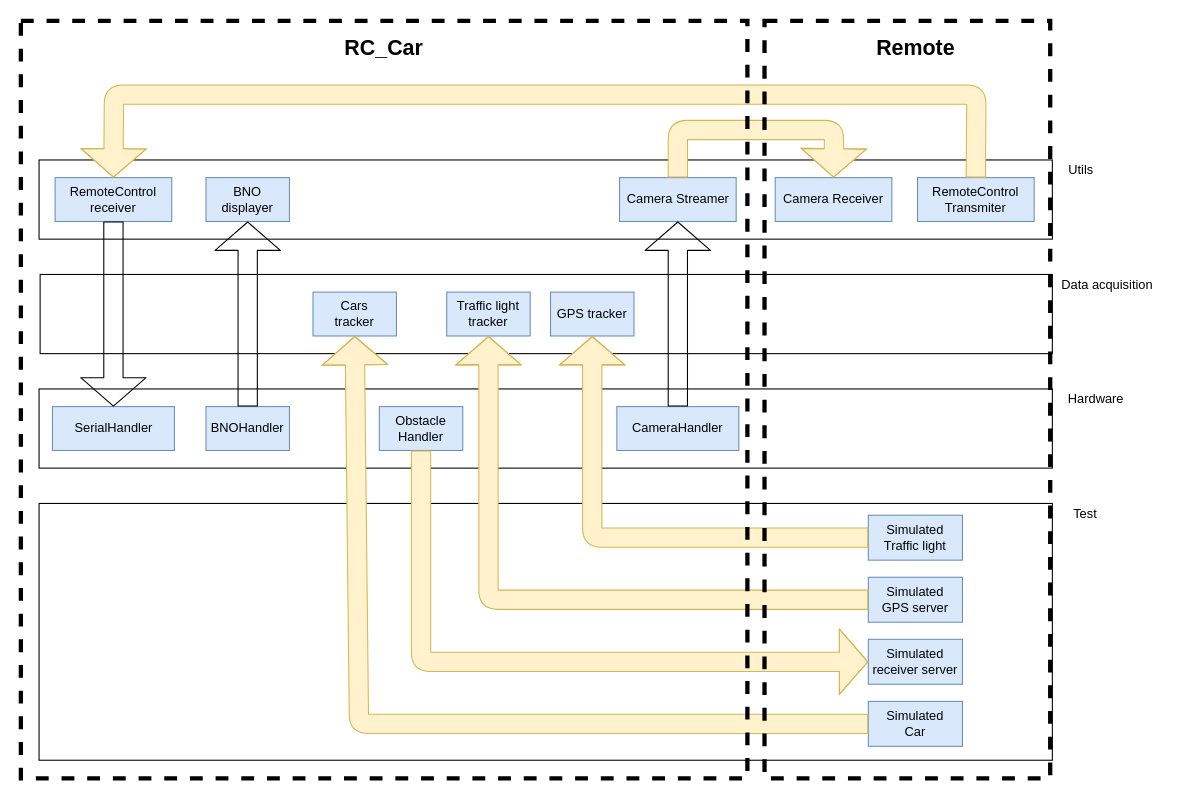
The draw.io diagram docs/source/diagrams/Startup_architecture.drawio in ECC-BFMC/Brain, before the edit. Source tidied: cells renumbered, new cells numbered last; positions are measured from the earlier drawing's top-left corner, leaving out a move shared by most shapes. Both pictures are drawn from the tidied source at 107%, with x=0, y=0 at pixel (20, 20).
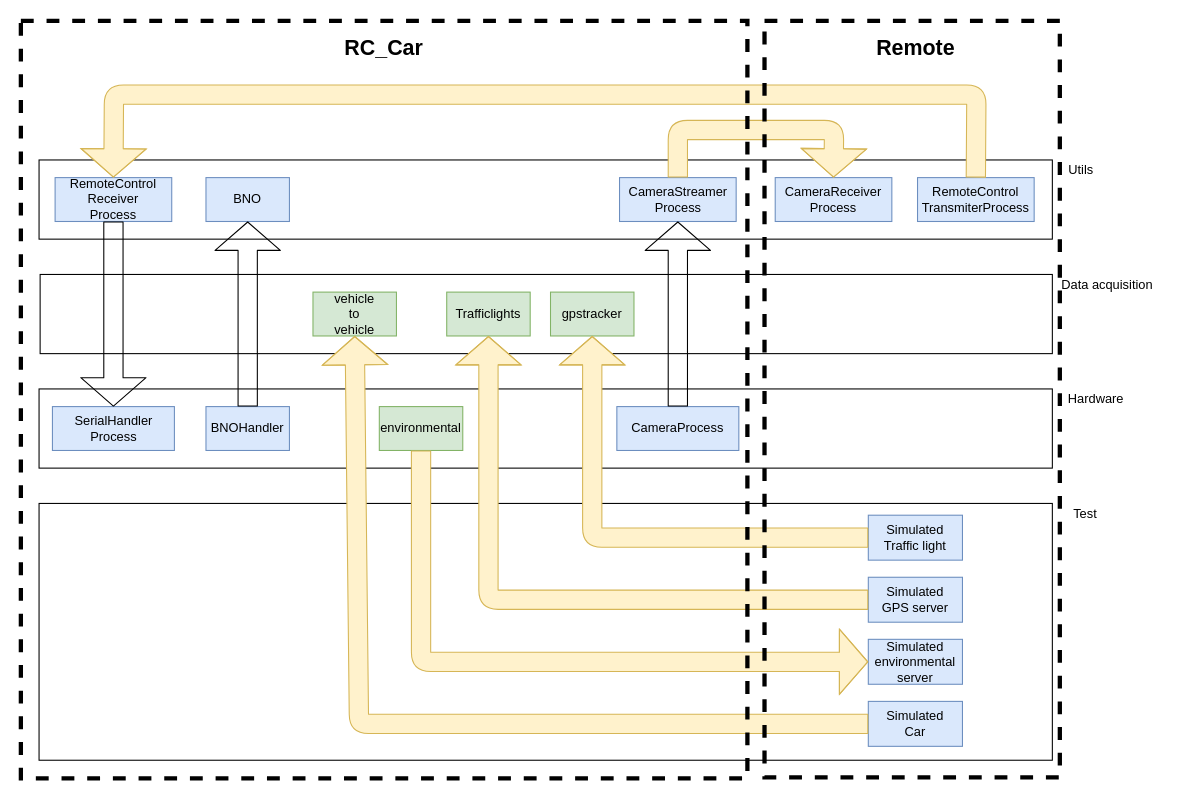
Above is the later version.

The edit, as a diff of the source:
```diff
@@
-    <mxCell id="0" />
-    <mxCell id="1" parent="0" />
-    <mxCell id="2" style="rounded=0;whiteSpace=wrap;html=1;" parent="1" vertex="1">
-      <mxGeometry x="17" y="130" width="947" height="74" as="geometry" />
-    </mxCell>
-    <mxCell id="3" style="rounded=0;whiteSpace=wrap;html=1;" parent="1" vertex="1">
-      <mxGeometry x="18" y="237" width="946" height="74" as="geometry" />
-    </mxCell>
-    <mxCell id="4" style="rounded=0;whiteSpace=wrap;html=1;" parent="1" vertex="1">
-      <mxGeometry x="17" y="344" width="947" height="74" as="geometry" />
-    </mxCell>
-    <mxCell id="5" style="rounded=0;whiteSpace=wrap;html=1;" parent="1" vertex="1">
-      <mxGeometry x="17" y="451" width="947" height="240" as="geometry" />
-    </mxCell>
+    <mxCell id="39" />
+    <mxCell id="40" parent="39" />
+    <mxCell id="41" style="rounded=0;whiteSpace=wrap;html=1;" parent="40" vertex="1">
+      <mxGeometry x="17" y="130" width="947" height="74" as="geometry" />
+    </mxCell>
+    <mxCell id="42" style="rounded=0;whiteSpace=wrap;html=1;" parent="40" vertex="1">
+      <mxGeometry x="18" y="237" width="946" height="74" as="geometry" />
+    </mxCell>
+    <mxCell id="43" style="rounded=0;whiteSpace=wrap;html=1;" parent="40" vertex="1">
+      <mxGeometry x="17" y="344" width="947" height="74" as="geometry" />
+    </mxCell>
+    <mxCell id="44" style="rounded=0;whiteSpace=wrap;html=1;" parent="40" vertex="1">
+      <mxGeometry x="17" y="451" width="947" height="240" as="geometry" />
+    </mxCell>
-    <mxCell id="6" value="Data acquisition" style="text;html=1;strokeColor=none;fillColor=none;align=center;verticalAlign=middle;whiteSpace=wrap;rounded=0;" parent="1" vertex="1">
+    <mxCell id="6" value="Data acquisition" style="text;html=1;strokeColor=none;fillColor=none;align=center;verticalAlign=middle;whiteSpace=wrap;rounded=0;" parent="40" vertex="1">
       <mxGeometry x="967" y="237" width="97" height="20" as="geometry" />
     </mxCell>
-    <mxCell id="7" value="Hardware" style="text;html=1;strokeColor=none;fillColor=none;align=center;verticalAlign=middle;whiteSpace=wrap;rounded=0;" parent="1" vertex="1">
+    <mxCell id="7" value="Hardware" style="text;html=1;strokeColor=none;fillColor=none;align=center;verticalAlign=middle;whiteSpace=wrap;rounded=0;" parent="40" vertex="1">
       <mxGeometry x="973" y="344" width="64" height="20" as="geometry" />
     </mxCell>
-    <mxCell id="8" value="Utils" style="text;html=1;strokeColor=none;fillColor=none;align=center;verticalAlign=middle;whiteSpace=wrap;rounded=0;" parent="1" vertex="1">
+    <mxCell id="8" value="Utils" style="text;html=1;strokeColor=none;fillColor=none;align=center;verticalAlign=middle;whiteSpace=wrap;rounded=0;" parent="40" vertex="1">
       <mxGeometry x="971" y="130" width="40" height="20" as="geometry" />
     </mxCell>
-    <mxCell id="9" value="Test" style="text;html=1;strokeColor=none;fillColor=none;align=center;verticalAlign=middle;whiteSpace=wrap;rounded=0;" parent="1" vertex="1">
+    <mxCell id="9" value="Test" style="text;html=1;strokeColor=none;fillColor=none;align=center;verticalAlign=middle;whiteSpace=wrap;rounded=0;" parent="40" vertex="1">
       <mxGeometry x="979" y="451" width="32" height="20" as="geometry" />
     </mxCell>
-    <mxCell id="10" value="&lt;div&gt;Simulated &lt;br&gt;&lt;/div&gt;&lt;div&gt;GPS server&lt;br&gt;&lt;/div&gt;" style="rounded=0;whiteSpace=wrap;html=1;fillColor=#dae8fc;strokeColor=#6c8ebf;" parent="1" vertex="1">
+    <mxCell id="10" value="&lt;div&gt;Simulated &lt;br&gt;&lt;/div&gt;&lt;div&gt;GPS server&lt;br&gt;&lt;/div&gt;" style="rounded=0;whiteSpace=wrap;html=1;fillColor=#dae8fc;strokeColor=#6c8ebf;" parent="40" vertex="1">
       <mxGeometry x="792" y="520" width="88" height="42" as="geometry" />
     </mxCell>
-    <mxCell id="11" value="&lt;div&gt;Simulated &lt;br&gt;&lt;/div&gt;&lt;div&gt;Traffic light&lt;br&gt;&lt;/div&gt;" style="rounded=0;whiteSpace=wrap;html=1;fillColor=#dae8fc;strokeColor=#6c8ebf;" parent="1" vertex="1">
+    <mxCell id="11" value="&lt;div&gt;Simulated &lt;br&gt;&lt;/div&gt;&lt;div&gt;Traffic light&lt;br&gt;&lt;/div&gt;" style="rounded=0;whiteSpace=wrap;html=1;fillColor=#dae8fc;strokeColor=#6c8ebf;" parent="40" vertex="1">
       <mxGeometry x="792" y="462" width="88" height="42" as="geometry" />
     </mxCell>
-    <mxCell id="12" value="CameraHandler" style="rounded=0;whiteSpace=wrap;html=1;fillColor=#dae8fc;strokeColor=#6c8ebf;" parent="1" vertex="1">
-      <mxGeometry x="557" y="360.5" width="114" height="41" as="geometry" />
-    </mxCell>
-    <mxCell id="13" value="SerialHandler" style="rounded=0;whiteSpace=wrap;html=1;fillColor=#dae8fc;strokeColor=#6c8ebf;" parent="1" vertex="1">
-      <mxGeometry x="29.5" y="360.5" width="114" height="41" as="geometry" />
-    </mxCell>
-    <mxCell id="14" value="GPS tracker" style="rounded=0;whiteSpace=wrap;html=1;fillColor=#dae8fc;strokeColor=#6c8ebf;" parent="1" vertex="1">
-      <mxGeometry x="495" y="253.5" width="78" height="41" as="geometry" />
-    </mxCell>
-    <mxCell id="15" value="Traffic light tracker" style="rounded=0;whiteSpace=wrap;html=1;fillColor=#dae8fc;strokeColor=#6c8ebf;" parent="1" vertex="1">
-      <mxGeometry x="398" y="253.5" width="78" height="41" as="geometry" />
-    </mxCell>
-    <mxCell id="16" value="Camera Streamer" style="rounded=0;whiteSpace=wrap;html=1;fillColor=#dae8fc;strokeColor=#6c8ebf;" parent="1" vertex="1">
-      <mxGeometry x="559.5" y="146.5" width="109" height="41" as="geometry" />
-    </mxCell>
-    <mxCell id="17" value="&lt;div&gt;RemoteControl&lt;/div&gt;&lt;div&gt;receiver&lt;/div&gt;" style="rounded=0;whiteSpace=wrap;html=1;fillColor=#dae8fc;strokeColor=#6c8ebf;" parent="1" vertex="1">
-      <mxGeometry x="32" y="146.5" width="109" height="41" as="geometry" />
-    </mxCell>
-    <mxCell id="18" style="shape=flexArrow;endArrow=classic;html=1;entryX=0.5;entryY=1;entryDx=0;entryDy=0;endWidth=42;endSize=8.5;width=18;" parent="1" edge="1" source="12" target="16">
-      <mxGeometry relative="1" as="geometry" />
-    </mxCell>
-    <mxCell id="19" style="shape=flexArrow;endArrow=classic;html=1;entryX=0.5;entryY=0;entryDx=0;entryDy=0;endWidth=42;endSize=8.5;width=18;exitX=0.5;exitY=1;exitDx=0;exitDy=0;" parent="1" edge="1" source="17" target="13">
-      <mxGeometry relative="1" as="geometry" />
-    </mxCell>
-    <mxCell id="20" style="shape=flexArrow;endArrow=classic;html=1;endWidth=42;endSize=8.5;width=18;exitX=0;exitY=0.5;exitDx=0;exitDy=0;entryX=0.5;entryY=1;entryDx=0;entryDy=0;fillColor=#fff2cc;strokeColor=#d6b656;" parent="1" edge="1" source="11" target="14">
-      <mxGeometry relative="1" as="geometry">
-        <Array as="points">
-          <mxPoint x="534" y="483" />
-        </Array>
-      </mxGeometry>
-    </mxCell>
-    <mxCell id="21" style="shape=flexArrow;endArrow=classic;html=1;endWidth=42;endSize=8.5;width=18;exitX=0;exitY=0.5;exitDx=0;exitDy=0;entryX=0.5;entryY=1;entryDx=0;entryDy=0;fillColor=#fff2cc;strokeColor=#d6b656;" parent="1" edge="1" source="10" target="15">
-      <mxGeometry relative="1" as="geometry">
-        <Array as="points">
-          <mxPoint x="437" y="541" />
-        </Array>
-      </mxGeometry>
-    </mxCell>
-    <mxCell id="22" value="Camera Receiver" style="rounded=0;whiteSpace=wrap;html=1;fillColor=#dae8fc;strokeColor=#6c8ebf;" parent="1" vertex="1">
-      <mxGeometry x="705" y="146.5" width="109" height="41" as="geometry" />
-    </mxCell>
-    <mxCell id="23" value="&lt;div&gt;RemoteControl&lt;/div&gt;&lt;div&gt;Transmiter&lt;br&gt;&lt;/div&gt;" style="rounded=0;whiteSpace=wrap;html=1;fillColor=#dae8fc;strokeColor=#6c8ebf;" parent="1" vertex="1">
-      <mxGeometry x="838" y="146.5" width="109" height="41" as="geometry" />
-    </mxCell>
-    <mxCell id="24" style="shape=flexArrow;endArrow=classic;html=1;endWidth=42;endSize=8.5;width=18;exitX=0.5;exitY=0;exitDx=0;exitDy=0;entryX=0.5;entryY=0;entryDx=0;entryDy=0;fillColor=#fff2cc;strokeColor=#d6b656;" parent="1" edge="1" source="23" target="17">
-      <mxGeometry relative="1" as="geometry">
-        <Array as="points">
-          <mxPoint x="893" y="69" />
-          <mxPoint x="87" y="69" />
-        </Array>
-      </mxGeometry>
-    </mxCell>
-    <mxCell id="25" style="shape=flexArrow;endArrow=classic;html=1;endWidth=42;endSize=8.5;width=18;exitX=0.5;exitY=0;exitDx=0;exitDy=0;entryX=0.5;entryY=0;entryDx=0;entryDy=0;fillColor=#fff2cc;strokeColor=#d6b656;" parent="1" edge="1" source="16" target="22">
-      <mxGeometry relative="1" as="geometry">
-        <Array as="points">
-          <mxPoint x="614" y="102" />
-          <mxPoint x="760" y="102" />
-        </Array>
-      </mxGeometry>
-    </mxCell>
+    <mxCell id="45" value="&lt;div&gt;CameraProcess&lt;/div&gt;" style="rounded=0;whiteSpace=wrap;html=1;fillColor=#dae8fc;strokeColor=#6c8ebf;" parent="40" vertex="1">
+      <mxGeometry x="557" y="360.5" width="114" height="41" as="geometry" />
+    </mxCell>
+    <mxCell id="46" value="&lt;div&gt;SerialHandler&lt;/div&gt;&lt;div&gt;Process&lt;br&gt;&lt;/div&gt;" style="rounded=0;whiteSpace=wrap;html=1;fillColor=#dae8fc;strokeColor=#6c8ebf;" parent="40" vertex="1">
+      <mxGeometry x="29.5" y="360.5" width="114" height="41" as="geometry" />
+    </mxCell>
+    <mxCell id="47" value="gpstracker" style="rounded=0;whiteSpace=wrap;html=1;fillColor=#d5e8d4;strokeColor=#82b366;" parent="40" vertex="1">
+      <mxGeometry x="495" y="253.5" width="78" height="41" as="geometry" />
+    </mxCell>
+    <mxCell id="48" value="Trafficlights" style="rounded=0;whiteSpace=wrap;html=1;fillColor=#d5e8d4;strokeColor=#82b366;" parent="40" vertex="1">
+      <mxGeometry x="398" y="253.5" width="78" height="41" as="geometry" />
+    </mxCell>
+    <mxCell id="49" value="&lt;div&gt;CameraStreamer&lt;/div&gt;&lt;div&gt;Process&lt;br&gt;&lt;/div&gt;" style="rounded=0;whiteSpace=wrap;html=1;fillColor=#dae8fc;strokeColor=#6c8ebf;" parent="40" vertex="1">
+      <mxGeometry x="559.5" y="146.5" width="109" height="41" as="geometry" />
+    </mxCell>
+    <mxCell id="50" value="&lt;div&gt;RemoteControl&lt;/div&gt;&lt;div&gt;Receiver&lt;/div&gt;Process" style="rounded=0;whiteSpace=wrap;html=1;fillColor=#dae8fc;strokeColor=#6c8ebf;" parent="40" vertex="1">
+      <mxGeometry x="32" y="146.5" width="109" height="41" as="geometry" />
+    </mxCell>
+    <mxCell id="51" style="shape=flexArrow;endArrow=classic;html=1;entryX=0.5;entryY=1;entryDx=0;entryDy=0;endWidth=42;endSize=8.5;width=18;" parent="40" edge="1" source="45" target="49">
+      <mxGeometry relative="1" as="geometry" />
+    </mxCell>
+    <mxCell id="52" style="shape=flexArrow;endArrow=classic;html=1;entryX=0.5;entryY=0;entryDx=0;entryDy=0;endWidth=42;endSize=8.5;width=18;exitX=0.5;exitY=1;exitDx=0;exitDy=0;" parent="40" edge="1" source="50" target="46">
+      <mxGeometry relative="1" as="geometry" />
+    </mxCell>
+    <mxCell id="53" style="shape=flexArrow;endArrow=classic;html=1;endWidth=42;endSize=8.5;width=18;exitX=0;exitY=0.5;exitDx=0;exitDy=0;entryX=0.5;entryY=1;entryDx=0;entryDy=0;fillColor=#fff2cc;strokeColor=#d6b656;" parent="40" edge="1" source="11" target="47">
+      <mxGeometry relative="1" as="geometry">
+        <Array as="points">
+          <mxPoint x="534" y="483" />
+        </Array>
+      </mxGeometry>
+    </mxCell>
+    <mxCell id="54" style="shape=flexArrow;endArrow=classic;html=1;endWidth=42;endSize=8.5;width=18;exitX=0;exitY=0.5;exitDx=0;exitDy=0;entryX=0.5;entryY=1;entryDx=0;entryDy=0;fillColor=#fff2cc;strokeColor=#d6b656;" parent="40" edge="1" source="10" target="48">
+      <mxGeometry relative="1" as="geometry">
+        <Array as="points">
+          <mxPoint x="437" y="541" />
+        </Array>
+      </mxGeometry>
+    </mxCell>
+    <mxCell id="55" value="&lt;div&gt;CameraReceiver&lt;/div&gt;&lt;div&gt;Process&lt;/div&gt;" style="rounded=0;whiteSpace=wrap;html=1;fillColor=#dae8fc;strokeColor=#6c8ebf;" parent="40" vertex="1">
+      <mxGeometry x="705" y="146.5" width="109" height="41" as="geometry" />
+    </mxCell>
+    <mxCell id="56" value="&lt;div&gt;RemoteControl&lt;/div&gt;&lt;div&gt;TransmiterProcess&lt;br&gt;&lt;/div&gt;" style="rounded=0;whiteSpace=wrap;html=1;fillColor=#dae8fc;strokeColor=#6c8ebf;" parent="40" vertex="1">
+      <mxGeometry x="838" y="146.5" width="109" height="41" as="geometry" />
+    </mxCell>
+    <mxCell id="57" style="shape=flexArrow;endArrow=classic;html=1;endWidth=42;endSize=8.5;width=18;exitX=0.5;exitY=0;exitDx=0;exitDy=0;entryX=0.5;entryY=0;entryDx=0;entryDy=0;fillColor=#fff2cc;strokeColor=#d6b656;" parent="40" edge="1" source="56" target="50">
+      <mxGeometry relative="1" as="geometry">
+        <Array as="points">
+          <mxPoint x="893" y="69" />
+          <mxPoint x="87" y="69" />
+        </Array>
+      </mxGeometry>
+    </mxCell>
+    <mxCell id="58" style="shape=flexArrow;endArrow=classic;html=1;endWidth=42;endSize=8.5;width=18;exitX=0.5;exitY=0;exitDx=0;exitDy=0;entryX=0.5;entryY=0;entryDx=0;entryDy=0;fillColor=#fff2cc;strokeColor=#d6b656;" parent="40" edge="1" source="49" target="55">
+      <mxGeometry relative="1" as="geometry">
+        <Array as="points">
+          <mxPoint x="614" y="102" />
+          <mxPoint x="760" y="102" />
+        </Array>
+      </mxGeometry>
+    </mxCell>
-    <mxCell id="26" value="&lt;font style=&quot;font-size: 20px&quot;&gt;&lt;b&gt;&lt;font style=&quot;font-size: 20px&quot;&gt;RC_Car&lt;/font&gt;&lt;/b&gt;&lt;/font&gt;" style="text;html=1;strokeColor=none;fillColor=none;align=center;verticalAlign=middle;whiteSpace=wrap;rounded=0;dashed=1;" parent="1" vertex="1">
+    <mxCell id="26" value="&lt;font style=&quot;font-size: 20px&quot;&gt;&lt;b&gt;&lt;font style=&quot;font-size: 20px&quot;&gt;RC_Car&lt;/font&gt;&lt;/b&gt;&lt;/font&gt;" style="text;html=1;strokeColor=none;fillColor=none;align=center;verticalAlign=middle;whiteSpace=wrap;rounded=0;dashed=1;" parent="40" vertex="1">
       <mxGeometry x="288" y="14" width="103" height="20" as="geometry" />
     </mxCell>
-    <mxCell id="27" value="&lt;font style=&quot;font-size: 20px&quot;&gt;&lt;b&gt;Remote&lt;/b&gt;&lt;/font&gt;" style="text;html=1;strokeColor=none;fillColor=none;align=center;verticalAlign=middle;whiteSpace=wrap;rounded=0;dashed=1;" parent="1" vertex="1">
+    <mxCell id="27" value="&lt;font style=&quot;font-size: 20px&quot;&gt;&lt;b&gt;Remote&lt;/b&gt;&lt;/font&gt;" style="text;html=1;strokeColor=none;fillColor=none;align=center;verticalAlign=middle;whiteSpace=wrap;rounded=0;dashed=1;" parent="40" vertex="1">
       <mxGeometry x="784.5" y="14" width="103" height="20" as="geometry" />
     </mxCell>
-    <mxCell id="28" value="&lt;div&gt;Simulated &lt;br&gt;&lt;/div&gt;&lt;div&gt;Car&lt;br&gt;&lt;/div&gt;" style="rounded=0;whiteSpace=wrap;html=1;fillColor=#dae8fc;strokeColor=#6c8ebf;" parent="1" vertex="1">
+    <mxCell id="28" value="&lt;div&gt;Simulated &lt;br&gt;&lt;/div&gt;&lt;div&gt;Car&lt;br&gt;&lt;/div&gt;" style="rounded=0;whiteSpace=wrap;html=1;fillColor=#dae8fc;strokeColor=#6c8ebf;" parent="40" vertex="1">
       <mxGeometry x="792" y="636" width="88" height="42" as="geometry" />
     </mxCell>
-    <mxCell id="29" value="&lt;div&gt;Simulated &lt;br&gt;&lt;/div&gt;&lt;div&gt;receiver server&lt;br&gt;&lt;/div&gt;" style="rounded=0;whiteSpace=wrap;html=1;fillColor=#dae8fc;strokeColor=#6c8ebf;" parent="1" vertex="1">
-      <mxGeometry x="792" y="578" width="88" height="42" as="geometry" />
-    </mxCell>
-    <mxCell id="30" value="&lt;div&gt;Obstacle&lt;/div&gt;&lt;div&gt;Handler&lt;/div&gt;" style="rounded=0;whiteSpace=wrap;html=1;fillColor=#dae8fc;strokeColor=#6c8ebf;" parent="1" vertex="1">
-      <mxGeometry x="335" y="360.5" width="78" height="41" as="geometry" />
-    </mxCell>
-    <mxCell id="31" value="&lt;div&gt;Cars&lt;/div&gt;&lt;div&gt;tracker&lt;br&gt;&lt;/div&gt;" style="rounded=0;whiteSpace=wrap;html=1;fillColor=#dae8fc;strokeColor=#6c8ebf;" parent="1" vertex="1">
-      <mxGeometry x="273" y="253.5" width="78" height="41" as="geometry" />
-    </mxCell>
-    <mxCell id="32" style="shape=flexArrow;endArrow=classic;html=1;endWidth=42;endSize=8.5;width=18;exitX=0;exitY=0.5;exitDx=0;exitDy=0;entryX=0.5;entryY=1;entryDx=0;entryDy=0;fillColor=#fff2cc;strokeColor=#d6b656;" parent="1" edge="1" source="28" target="31">
-      <mxGeometry relative="1" as="geometry">
-        <Array as="points">
-          <mxPoint x="316" y="657" />
-        </Array>
-      </mxGeometry>
-    </mxCell>
-    <mxCell id="33" style="shape=flexArrow;endArrow=classic;html=1;endWidth=42;endSize=8.5;width=18;exitX=0.5;exitY=1;exitDx=0;exitDy=0;entryX=0;entryY=0.5;entryDx=0;entryDy=0;fillColor=#fff2cc;strokeColor=#d6b656;" parent="1" edge="1" source="30" target="29">
-      <mxGeometry relative="1" as="geometry">
-        <Array as="points">
-          <mxPoint x="374" y="599" />
-        </Array>
-      </mxGeometry>
-    </mxCell>
+    <mxCell id="59" value="&lt;div&gt;Simulated &lt;br&gt;&lt;/div&gt;&lt;div&gt;environmental server&lt;br&gt;&lt;/div&gt;" style="rounded=0;whiteSpace=wrap;html=1;fillColor=#dae8fc;strokeColor=#6c8ebf;" parent="40" vertex="1">
+      <mxGeometry x="792" y="578" width="88" height="42" as="geometry" />
+    </mxCell>
+    <mxCell id="60" value="environmental" style="rounded=0;whiteSpace=wrap;html=1;fillColor=#d5e8d4;strokeColor=#82b366;" parent="40" vertex="1">
+      <mxGeometry x="335" y="360.5" width="78" height="41" as="geometry" />
+    </mxCell>
+    <mxCell id="61" value="&lt;div&gt;vehicle&lt;/div&gt;&lt;div&gt;to&lt;/div&gt;&lt;div&gt;vehicle&lt;/div&gt;" style="rounded=0;whiteSpace=wrap;html=1;fillColor=#d5e8d4;strokeColor=#82b366;" parent="40" vertex="1">
+      <mxGeometry x="273" y="253.5" width="78" height="41" as="geometry" />
+    </mxCell>
+    <mxCell id="62" style="shape=flexArrow;endArrow=classic;html=1;endWidth=42;endSize=8.5;width=18;exitX=0;exitY=0.5;exitDx=0;exitDy=0;entryX=0.5;entryY=1;entryDx=0;entryDy=0;fillColor=#fff2cc;strokeColor=#d6b656;" parent="40" edge="1" source="28" target="61">
+      <mxGeometry relative="1" as="geometry">
+        <Array as="points">
+          <mxPoint x="316" y="657" />
+        </Array>
+      </mxGeometry>
+    </mxCell>
+    <mxCell id="63" style="shape=flexArrow;endArrow=classic;html=1;endWidth=42;endSize=8.5;width=18;exitX=0.5;exitY=1;exitDx=0;exitDy=0;entryX=0;entryY=0.5;entryDx=0;entryDy=0;fillColor=#fff2cc;strokeColor=#d6b656;" parent="40" edge="1" source="60" target="59">
+      <mxGeometry relative="1" as="geometry">
+        <Array as="points">
+          <mxPoint x="374" y="599" />
+        </Array>
+      </mxGeometry>
+    </mxCell>
-    <mxCell id="34" value="BNOHandler" style="rounded=0;whiteSpace=wrap;html=1;fillColor=#dae8fc;strokeColor=#6c8ebf;" parent="1" vertex="1">
+    <mxCell id="34" value="BNOHandler" style="rounded=0;whiteSpace=wrap;html=1;fillColor=#dae8fc;strokeColor=#6c8ebf;" parent="40" vertex="1">
       <mxGeometry x="173" y="360.5" width="78" height="41" as="geometry" />
     </mxCell>
-    <mxCell id="35" value="&lt;div&gt;BNO&lt;/div&gt;&lt;div&gt;displayer&lt;/div&gt;" style="rounded=0;whiteSpace=wrap;html=1;fillColor=#dae8fc;strokeColor=#6c8ebf;" parent="1" vertex="1">
-      <mxGeometry x="173" y="146.5" width="78" height="41" as="geometry" />
-    </mxCell>
-    <mxCell id="36" style="shape=flexArrow;endArrow=classic;html=1;entryX=0.5;entryY=1;entryDx=0;entryDy=0;endWidth=42;endSize=8.5;width=18;exitX=0.5;exitY=0;exitDx=0;exitDy=0;" parent="1" edge="1" source="34" target="35">
-      <mxGeometry relative="1" as="geometry" />
-    </mxCell>
-    <mxCell id="37" style="rounded=0;whiteSpace=wrap;html=1;fillColor=none;strokeWidth=4;dashed=1;" parent="1" vertex="1">
-      <mxGeometry x="695" width="267" height="708" as="geometry" />
-    </mxCell>
-    <mxCell id="38" style="rounded=0;whiteSpace=wrap;html=1;fillColor=none;strokeWidth=4;dashed=1;" parent="1" vertex="1">
-      <mxGeometry width="679" height="708" as="geometry" />
-    </mxCell>
+    <mxCell id="64" value="&lt;div&gt;BNO&lt;/div&gt;" style="rounded=0;whiteSpace=wrap;html=1;fillColor=#dae8fc;strokeColor=#6c8ebf;" parent="40" vertex="1">
+      <mxGeometry x="173" y="146.5" width="78" height="41" as="geometry" />
+    </mxCell>
+    <mxCell id="65" style="shape=flexArrow;endArrow=classic;html=1;entryX=0.5;entryY=1;entryDx=0;entryDy=0;endWidth=42;endSize=8.5;width=18;exitX=0.5;exitY=0;exitDx=0;exitDy=0;" parent="40" edge="1" source="34" target="64">
+      <mxGeometry relative="1" as="geometry" />
+    </mxCell>
+    <mxCell id="66" style="rounded=0;whiteSpace=wrap;html=1;fillColor=none;strokeWidth=4;dashed=1;" parent="40" vertex="1">
+      <mxGeometry width="679" height="708" as="geometry" />
+    </mxCell>
+    <mxCell id="67" style="rounded=0;whiteSpace=wrap;html=1;fillColor=none;strokeWidth=4;dashed=1;" parent="40" vertex="1">
+      <mxGeometry x="695" width="276" height="707" as="geometry" />
+    </mxCell>
```
